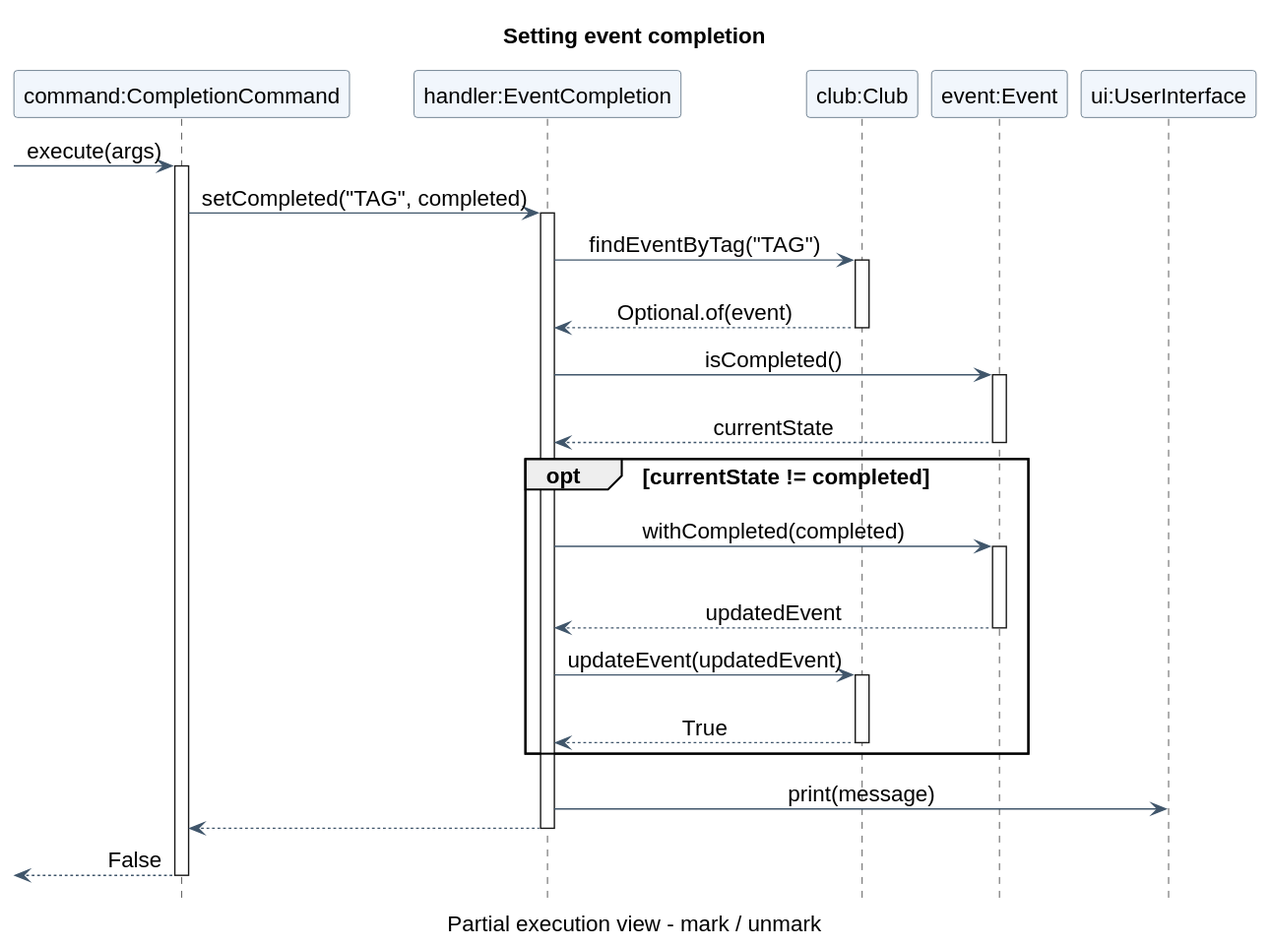
The PlantUML diagram docs/diagrams/events/CompletionSequence.svg in 77chenchen/tp, before a commit. Source of this version:
```plantuml
@startuml
!include ../shared/UmlStyle.iuml
title Setting event completion
caption Partial execution view - mark / unmark
skinparam shadowing false
skinparam sequenceMessageAlign center
skinparam ParticipantBackgroundColor #F1F6FC
skinparam ParticipantBorderColor #40566B
skinparam ArrowColor #40566B
hide footbox

participant "command:CompletionCommand" as Command
participant "handler:EventCompletion" as Handler
participant "club:Club" as Club
participant "event:Event" as Event
participant "ui:UserInterface" as UI

[-> Command : execute(args)
activate Command
Command -> Handler : setCompleted("TAG", completed)
activate Handler
Handler -> Club : findEventByTag("TAG")
activate Club
||15||
Club --> Handler : Optional.of(event)
deactivate Club

Handler -> Event : isCompleted()
activate Event
||15||
Event --> Handler : currentState
deactivate Event

opt currentState != completed
    Handler -> Event : withCompleted(completed)
    activate Event
    ||25||
    Event --> Handler : updatedEvent
    deactivate Event

    Handler -> Club : updateEvent(updatedEvent)
    activate Club
    ||15||
    Club --> Handler : True
    deactivate Club
end

Handler -> UI : print(message)
Handler --> Command
deactivate Handler
[<-- Command : False
deactivate Command
@enduml
```
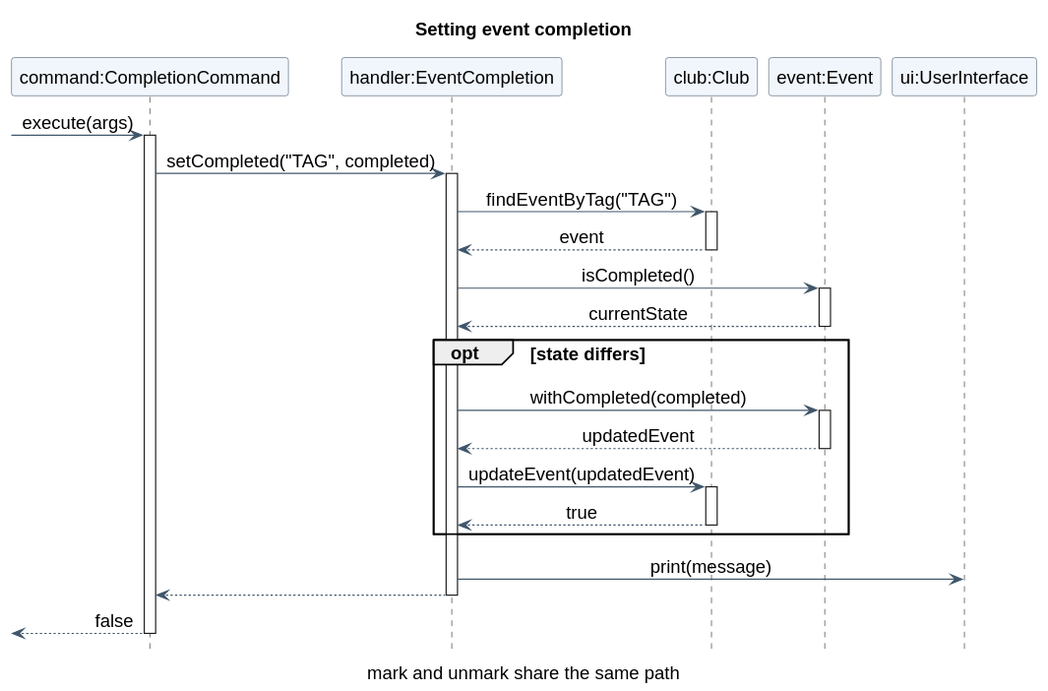
The same diagram one commit later.

Change to the diagram source:
```diff
@@ -1,7 +1,8 @@
 @startuml
 !include ../shared/UmlStyle.iuml
+scale max 760 width
 title Setting event completion
-caption Partial execution view - mark / unmark
+caption mark and unmark share the same path
 skinparam shadowing false
 skinparam sequenceMessageAlign center
 skinparam ParticipantBackgroundColor #F1F6FC
@@ -21,33 +22,25 @@
 activate Handler
 Handler -> Club : findEventByTag("TAG")
 activate Club
-||15||
-Club --> Handler : Optional.of(event)
+Club --> Handler : event
 deactivate Club
-
 Handler -> Event : isCompleted()
 activate Event
-||15||
 Event --> Handler : currentState
 deactivate Event
-
-opt currentState != completed
+opt state differs
     Handler -> Event : withCompleted(completed)
     activate Event
-    ||25||
     Event --> Handler : updatedEvent
     deactivate Event
-
     Handler -> Club : updateEvent(updatedEvent)
     activate Club
-    ||15||
-    Club --> Handler : True
+    Club --> Handler : true
     deactivate Club
 end
-
 Handler -> UI : print(message)
 Handler --> Command
 deactivate Handler
-[<-- Command : False
+[<-- Command : false
 deactivate Command
 @enduml
```
